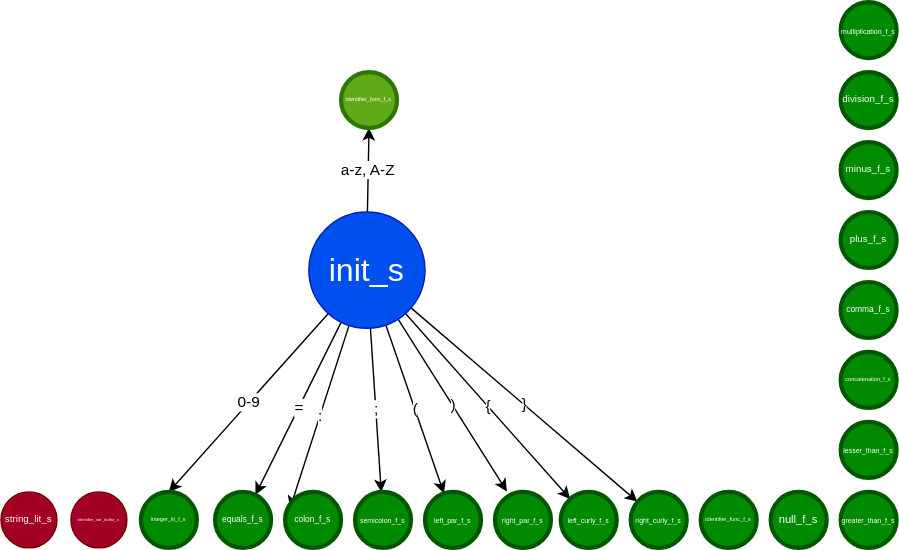
This is automat.svg from vlccek/IFJ22, a draw.io export, as it was before one commit. Source tidied: cells renumbered, new cells last; positions are measured from the earlier drawing's top-left corner, leaving out a move shared by most shapes.
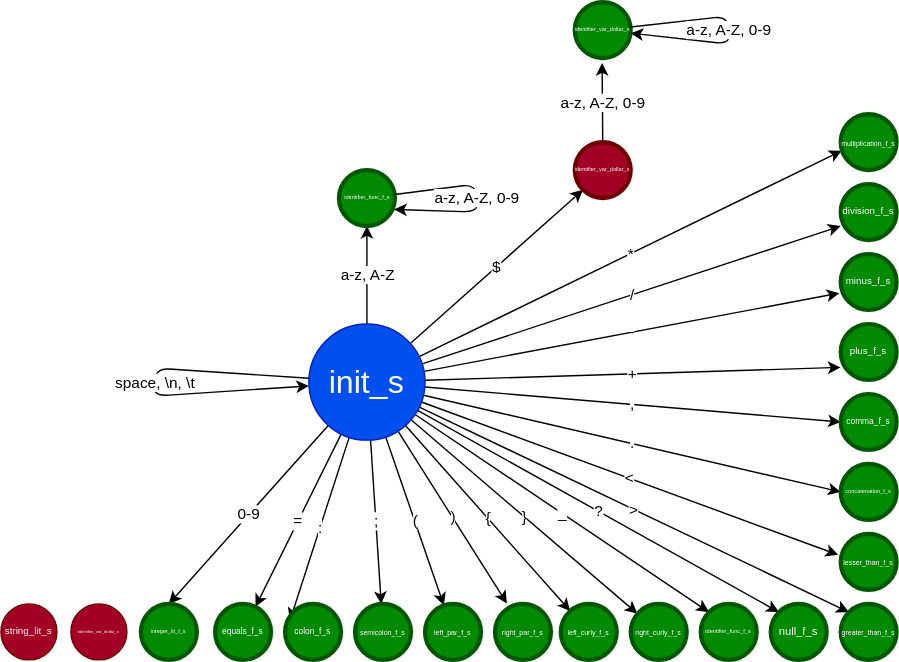
After the change.

The edit, as a diff of the source:
```diff
@@ -29,11 +29,44 @@
     <mxCell id="10" value="}" style="edgeStyle=none;html=1;fontSize=11;" parent="1" edge="1" source="11" target="20">
       <mxGeometry relative="1" as="geometry" />
     </mxCell>
+    <mxCell id="33" value="_" style="edgeStyle=none;html=1;entryX=0;entryY=0;entryDx=0;entryDy=0;fontSize=11;" parent="1" edge="1" source="11" target="22">
+      <mxGeometry relative="1" as="geometry" />
+    </mxCell>
+    <mxCell id="34" value="?" style="edgeStyle=none;html=1;entryX=0;entryY=0;entryDx=0;entryDy=0;fontSize=11;" parent="1" edge="1" source="11" target="23">
+      <mxGeometry relative="1" as="geometry" />
+    </mxCell>
+    <mxCell id="35" value="&amp;gt;" style="edgeStyle=none;html=1;entryX=0;entryY=0;entryDx=0;entryDy=0;fontSize=11;" parent="1" edge="1" source="11" target="24">
+      <mxGeometry relative="1" as="geometry" />
+    </mxCell>
+    <mxCell id="36" value="&amp;lt;" style="edgeStyle=none;html=1;entryX=-0.046;entryY=0.373;entryDx=0;entryDy=0;entryPerimeter=0;fontSize=11;" parent="1" edge="1" source="11" target="32">
+      <mxGeometry relative="1" as="geometry" />
+    </mxCell>
+    <mxCell id="37" value="." style="edgeStyle=none;html=1;entryX=0;entryY=0.5;entryDx=0;entryDy=0;fontSize=11;" parent="1" edge="1" source="11" target="26">
+      <mxGeometry relative="1" as="geometry" />
+    </mxCell>
+    <mxCell id="38" value="," style="edgeStyle=none;html=1;entryX=0;entryY=0.5;entryDx=0;entryDy=0;fontSize=11;" parent="1" edge="1" source="11" target="27">
+      <mxGeometry relative="1" as="geometry" />
+    </mxCell>
+    <mxCell id="39" value="+" style="edgeStyle=none;html=1;entryX=-0.002;entryY=0.775;entryDx=0;entryDy=0;entryPerimeter=0;fontSize=11;" parent="1" edge="1" source="11" target="28">
+      <mxGeometry relative="1" as="geometry" />
+    </mxCell>
+    <mxCell id="40" value="-" style="edgeStyle=none;html=1;entryX=-0.024;entryY=0.699;entryDx=0;entryDy=0;entryPerimeter=0;fontSize=11;" parent="1" edge="1" source="11" target="29">
+      <mxGeometry relative="1" as="geometry" />
+    </mxCell>
+    <mxCell id="41" value="/" style="edgeStyle=none;html=1;entryX=0;entryY=0.75;entryDx=0;entryDy=0;entryPerimeter=0;fontSize=11;" parent="1" edge="1" source="11" target="30">
+      <mxGeometry relative="1" as="geometry" />
+    </mxCell>
+    <mxCell id="42" value="*" style="edgeStyle=none;html=1;entryX=0.02;entryY=0.655;entryDx=0;entryDy=0;entryPerimeter=0;fontSize=11;" parent="1" edge="1" source="11" target="31">
+      <mxGeometry relative="1" as="geometry" />
+    </mxCell>
+    <mxCell id="43" value="$" style="edgeStyle=none;html=1;entryX=0;entryY=1;entryDx=0;entryDy=0;fontSize=11;" parent="1" edge="1" source="11" target="47">
+      <mxGeometry relative="1" as="geometry" />
+    </mxCell>
     <mxCell id="11" value="init_s" style="ellipse;whiteSpace=wrap;html=1;strokeWidth=1;fontSize=23;fillColor=#0050ef;fontColor=#ffffff;strokeColor=#001DBC;" parent="1" vertex="1">
       <mxGeometry x="220" y="150" width="83" height="83" as="geometry" />
     </mxCell>
-    <mxCell id="12" value="identifier_func_f_s" style="ellipse;whiteSpace=wrap;html=1;fontSize=4;fontStyle=0;strokeWidth=3;perimeterSpacing=0;fillColor=#60a917;fontColor=#ffffff;strokeColor=#2D7600;" parent="1" vertex="1">
-      <mxGeometry x="243" y="50" width="40" height="40" as="geometry" />
+    <mxCell id="12" value="identifier_func_f_s" style="ellipse;whiteSpace=wrap;html=1;fontSize=4;fontStyle=0;strokeWidth=3;perimeterSpacing=0;fillColor=#008a00;fontColor=#ffffff;strokeColor=#005700;" parent="1" vertex="1">
+      <mxGeometry x="241.5" y="40" width="40" height="40" as="geometry" />
     </mxCell>
     <mxCell id="13" value="integer_lit_f_s" style="ellipse;whiteSpace=wrap;html=1;strokeWidth=3;fontSize=4;fillColor=#008a00;fontColor=#ffffff;strokeColor=#005700;" parent="1" vertex="1">
       <mxGeometry x="100" y="350" width="40" height="40" as="geometry" />
@@ -95,5 +128,35 @@
     <mxCell id="32" value="lesser_than_f_s" style="ellipse;whiteSpace=wrap;html=1;strokeWidth=3;fontSize=5;fillColor=#008a00;fontColor=#ffffff;strokeColor=#005700;" parent="1" vertex="1">
       <mxGeometry x="600" y="300" width="40" height="40" as="geometry" />
     </mxCell>
+    <mxCell id="44" value="a-z, A-Z, 0-9" style="edgeStyle=none;html=1;entryX=0.986;entryY=0.704;entryDx=0;entryDy=0;entryPerimeter=0;fontSize=11;" parent="1" edge="1" source="12" target="12">
+      <mxGeometry relative="1" as="geometry">
+        <Array as="points">
+          <mxPoint x="340" y="70" />
+        </Array>
+      </mxGeometry>
+    </mxCell>
+    <mxCell id="45" value="space, \n, \t" style="edgeStyle=none;html=1;fontSize=11;" parent="1" edge="1" source="11" target="11">
+      <mxGeometry relative="1" as="geometry">
+        <Array as="points">
+          <mxPoint x="110" y="191" />
+        </Array>
+      </mxGeometry>
+    </mxCell>
+    <mxCell id="46" value="a-z, A-Z, 0-9" style="edgeStyle=none;html=1;entryX=0.488;entryY=1.088;entryDx=0;entryDy=0;entryPerimeter=0;fontSize=11;" parent="1" edge="1" source="47" target="48">
+      <mxGeometry relative="1" as="geometry" />
+    </mxCell>
+    <mxCell id="47" value="identifier_var_dollar_s" style="ellipse;whiteSpace=wrap;html=1;strokeWidth=3;fontSize=4;fillColor=#a20025;fontColor=#ffffff;strokeColor=#6F0000;" parent="1" vertex="1">
+      <mxGeometry x="410" y="20" width="40" height="40" as="geometry" />
+    </mxCell>
+    <mxCell id="48" value="identifier_var_dollar_s" style="ellipse;whiteSpace=wrap;html=1;strokeWidth=3;fontSize=4;fillColor=#008a00;fontColor=#ffffff;strokeColor=#005700;" parent="1" vertex="1">
+      <mxGeometry x="410" y="-80" width="40" height="40" as="geometry" />
+    </mxCell>
+    <mxCell id="49" value="a-z, A-Z, 0-9" style="edgeStyle=none;html=1;fontSize=11;" parent="1" edge="1" source="48" target="48">
+      <mxGeometry relative="1" as="geometry">
+        <Array as="points">
+          <mxPoint x="520" y="-60" />
+        </Array>
+      </mxGeometry>
+    </mxCell>
   </root>
 </mxGraphModel>
```
